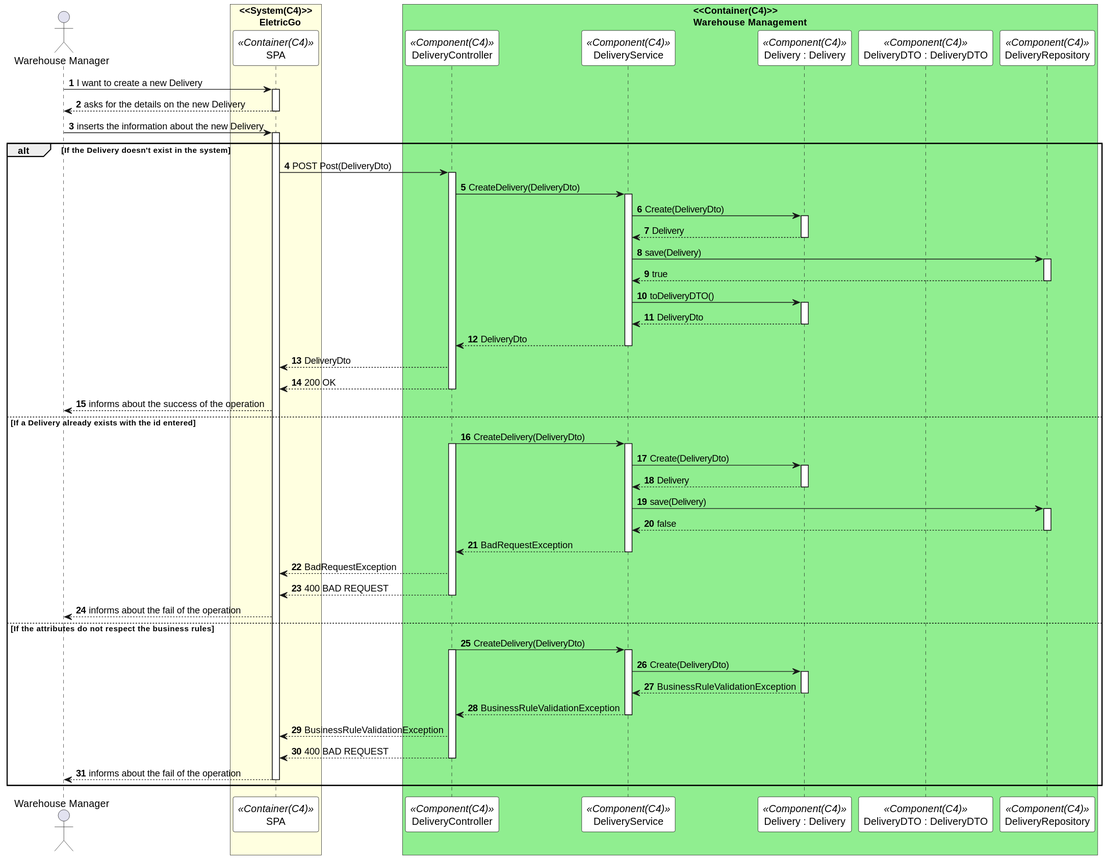
Above: Documents/Deployment Diagrams/Level 3 - Component/Process View/Delivery/createDeliverySD.svg in 0franciscor/dei_3dj_057 (PlantUML), before the change. Its diagram source:
```plantuml
@startuml createDeliverySD
autonumber

skinparam sequence {
ParticipantBorderColor black
ParticipantBackgroundColor white
}

actor "Warehouse Manager" as admin


box "<<System(C4)>>\n       EletricGo" #LightYellow
participant SPA as ui <<Container(C4)>>
box "<<Container(C4)>>\nWarehouse Management" #LightGreen
participant DeliveryController as  CTL <<Component(C4)>>
participant DeliveryService as  SV <<Component(C4)>>
participant "Delivery : Delivery" as  delivery <<Component(C4)>>
participant "DeliveryDTO : DeliveryDTO" as  DTO <<Component(C4)>>
participant DeliveryRepository as  DR <<Component(C4)>>
end box
end box

admin -> ui: I want to create a new Delivery
activate ui

ui --> admin: asks for the details on the new Delivery
deactivate ui

admin -> ui: inserts the information about the new Delivery

activate ui

alt If the Delivery doesn't exist in the system
ui -> CTL: POST Post(DeliveryDto)
activate CTL
CTL -> SV : CreateDelivery(DeliveryDto)
activate SV

SV -> delivery : Create(DeliveryDto)
activate delivery
delivery --> SV : Delivery
deactivate delivery

SV -> DR : save(Delivery)
activate DR
DR --> SV : true
deactivate DR

SV -> delivery : toDeliveryDTO()
activate delivery
delivery --> SV : DeliveryDto
deactivate delivery
SV --> CTL : DeliveryDto
deactivate SV
CTL --> ui : DeliveryDto

CTL --> ui: 200 OK
deactivate CTL


ui --> admin: informs about the success of the operation



else If a Delivery already exists with the id entered




CTL -> SV : CreateDelivery(DeliveryDto)
activate CTL
activate SV

SV -> delivery : Create(DeliveryDto)
activate delivery
delivery --> SV : Delivery
deactivate delivery

SV -> DR : save(Delivery)
activate DR
DR --> SV : false
deactivate DR
SV --> CTL : BadRequestException
deactivate SV
CTL --> ui : BadRequestException


CTL --> ui: 400 BAD REQUEST
deactivate CTL


ui --> admin: informs about the fail of the operation


else If the attributes do not respect the business rules


CTL -> SV : CreateDelivery(DeliveryDto)
activate CTL
activate SV

SV -> delivery : Create(DeliveryDto)
activate delivery
delivery --> SV : BusinessRuleValidationException
deactivate delivery

SV --> CTL : BusinessRuleValidationException
deactivate SV
CTL --> ui : BusinessRuleValidationException

CTL --> ui: 400 BAD REQUEST
deactivate CTL
ui --> admin: informs about the fail of the operation

deactivate ui
end
deactivate admin

@enduml
```
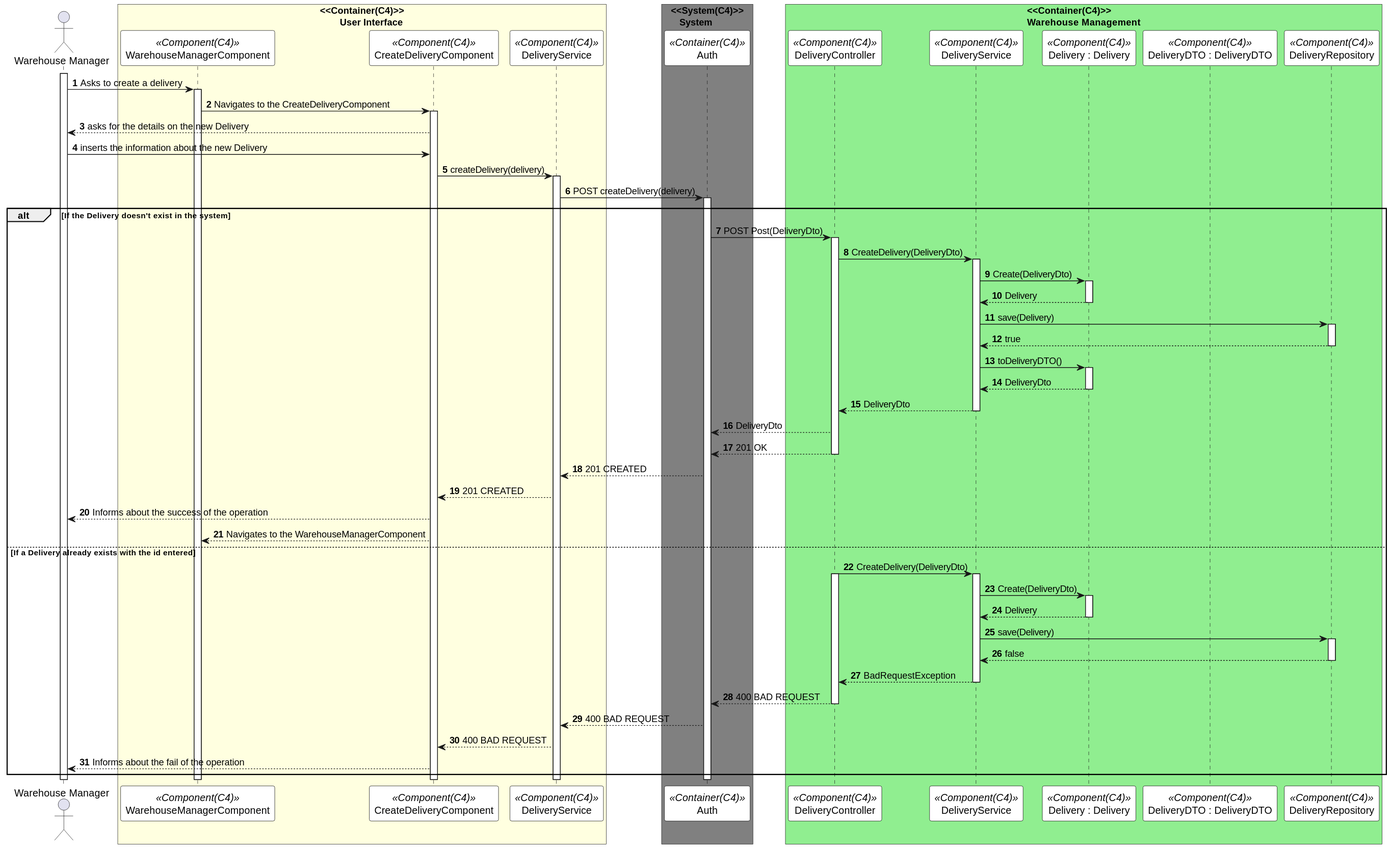
The same file after the commit.

Change to the diagram source:
```diff
@@ -9,8 +9,14 @@
 actor "Warehouse Manager" as admin
 
 
-box "<<System(C4)>>\n       EletricGo" #LightYellow
-participant SPA as ui <<Container(C4)>>
+box "<<Container(C4)>>\n       User Interface" #LightYellow
+participant WarehouseManagerComponent as whComponent <<Component(C4)>>
+participant CreateDeliveryComponent as createDeliveryComponent <<Component(C4)>>
+participant DeliveryService as deliveryService <<Component(C4)>>
+end box
+
+box "<<System(C4)>>\n   System" #Grey
+participant Auth as auth <<Container(C4)>>
 box "<<Container(C4)>>\nWarehouse Management" #LightGreen
 participant DeliveryController as  CTL <<Component(C4)>>
 participant DeliveryService as  SV <<Component(C4)>>
@@ -18,20 +24,29 @@
 participant "DeliveryDTO : DeliveryDTO" as  DTO <<Component(C4)>>
 participant DeliveryRepository as  DR <<Component(C4)>>
 end box
-end box
 
-admin -> ui: I want to create a new Delivery
-activate ui
+activate admin
 
-ui --> admin: asks for the details on the new Delivery
-deactivate ui
+admin -> whComponent : Asks to create a delivery
+activate whComponent
 
-admin -> ui: inserts the information about the new Delivery
+whComponent -> createDeliveryComponent : Navigates to the CreateDeliveryComponent
+activate createDeliveryComponent
 
-activate ui
+createDeliveryComponent --> admin: asks for the details on the new Delivery
+
+admin -> createDeliveryComponent: inserts the information about the new Delivery
+
+createDeliveryComponent -> deliveryService : createDelivery(delivery)
+activate deliveryService
+
+deliveryService -> auth : POST createDelivery(delivery)
+activate auth
+
+
 
 alt If the Delivery doesn't exist in the system
-ui -> CTL: POST Post(DeliveryDto)
+auth -> CTL: POST Post(DeliveryDto)
 activate CTL
 CTL -> SV : CreateDelivery(DeliveryDto)
 activate SV
@@ -52,13 +67,21 @@
 deactivate delivery
 SV --> CTL : DeliveryDto
 deactivate SV
-CTL --> ui : DeliveryDto
+CTL --> auth : DeliveryDto
 
-CTL --> ui: 200 OK
+CTL --> auth: 201 OK
 deactivate CTL
 
 
-ui --> admin: informs about the success of the operation
+auth --> deliveryService: 201 CREATED
+
+deliveryService --> createDeliveryComponent: 201 CREATED
+
+
+
+createDeliveryComponent --> admin: Informs about the success of the operation
+
+createDeliveryComponent -->  whComponent: Navigates to the WarehouseManagerComponent
 
 
 
@@ -82,38 +105,23 @@
 deactivate DR
 SV --> CTL : BadRequestException
 deactivate SV
-CTL --> ui : BadRequestException
 
-
-CTL --> ui: 400 BAD REQUEST
+CTL --> auth: 400 BAD REQUEST
 deactivate CTL
 
 
-ui --> admin: informs about the fail of the operation
+auth --> deliveryService: 400 BAD REQUEST
 
+deliveryService --> createDeliveryComponent: 400 BAD REQUEST
 
-else If the attributes do not respect the business rules
+createDeliveryComponent --> admin: Informs about the fail of the operation
+end
 
+deactivate auth
+deactivate deliveryService
+deactivate createDeliveryComponent
+deactivate whComponent
 
-CTL -> SV : CreateDelivery(DeliveryDto)
-activate CTL
-activate SV
-
-SV -> delivery : Create(DeliveryDto)
-activate delivery
-delivery --> SV : BusinessRuleValidationException
-deactivate delivery
-
-SV --> CTL : BusinessRuleValidationException
-deactivate SV
-CTL --> ui : BusinessRuleValidationException
-
-CTL --> ui: 400 BAD REQUEST
-deactivate CTL
-ui --> admin: informs about the fail of the operation
-
-deactivate ui
-end
 deactivate admin
 
 @enduml
```
